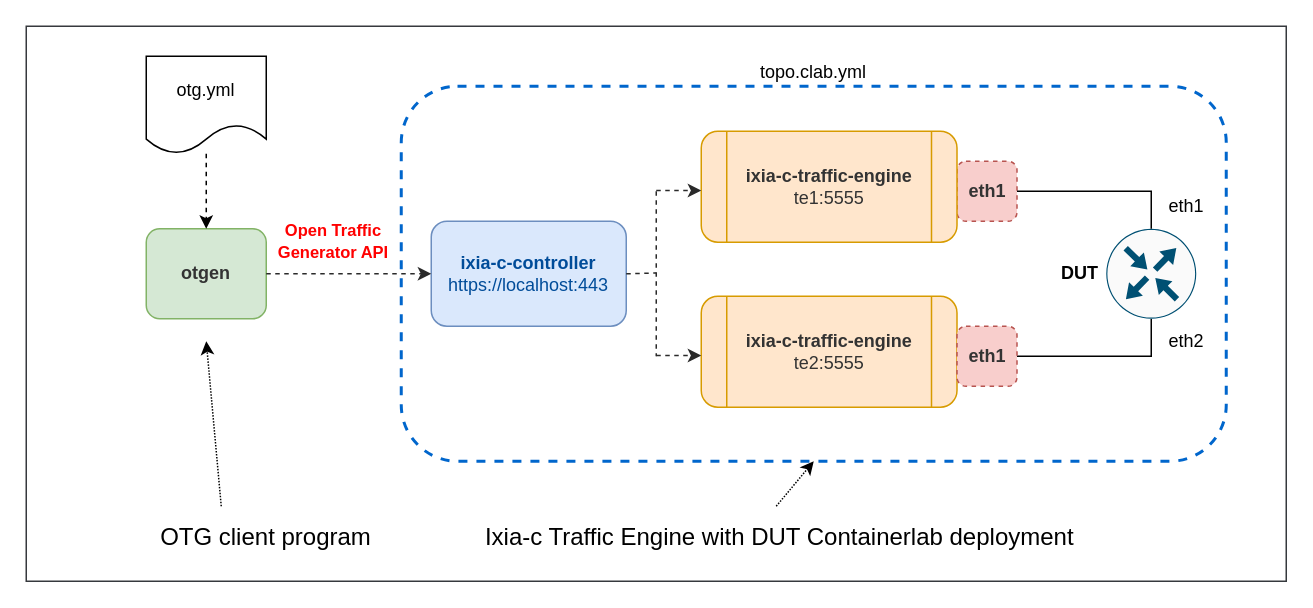
open-traffic-generator/otg-examples keeps this draw.io diagram as page "ixia-c-te-dut" (4 of 9) of drawio/otg-examples.drawio. Above is the earlier version. Source tidied: cells renumbered, new cells numbered last; positions are measured from the earlier drawing's top-left corner, leaving out a move shared by most shapes. Both pictures are drawn from the tidied source at 150%, with x=0, y=0 at pixel (26, 26).
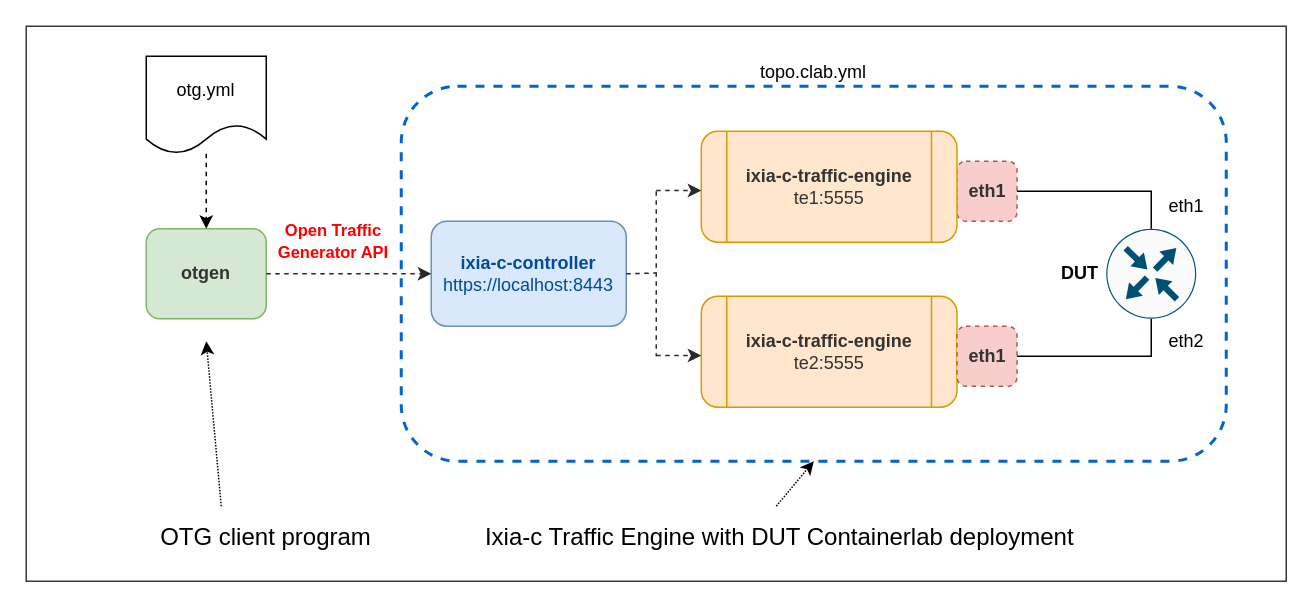
After the change.

Change to the diagram source:
```diff
@@
-    <mxCell id="8" value="&lt;font style=&quot;&quot; color=&quot;#004c99&quot;&gt;&lt;b&gt;ixia-c-controller&lt;/b&gt;&lt;br&gt;https://localhost:443&lt;br&gt;&lt;/font&gt;" style="rounded=1;whiteSpace=wrap;html=1;fillColor=#dae8fc;strokeColor=#6c8ebf;" parent="1" vertex="1">
+    <mxCell id="8" value="&lt;font style=&quot;&quot; color=&quot;#004c99&quot;&gt;&lt;b&gt;ixia-c-controller&lt;/b&gt;&lt;br&gt;https://localhost:8443&lt;br&gt;&lt;/font&gt;" style="rounded=1;whiteSpace=wrap;html=1;fillColor=#dae8fc;strokeColor=#6c8ebf;" parent="1" vertex="1">
       <mxGeometry x="270" y="130" width="130" height="70" as="geometry" />
     </mxCell>
```
